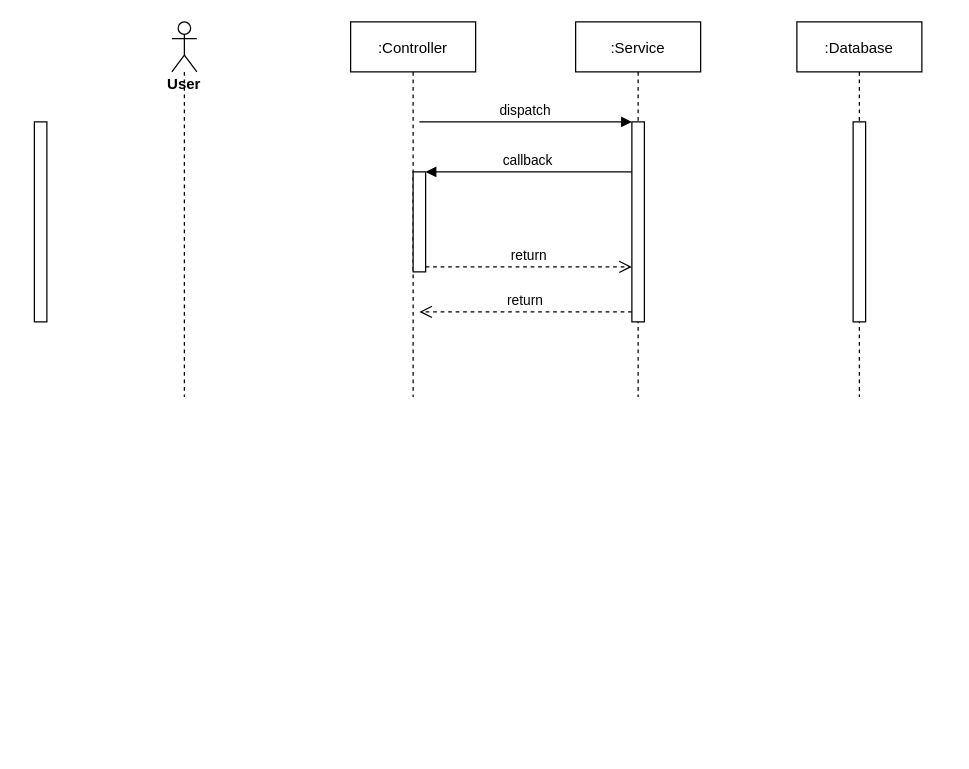
The draw.io diagram page "Sequence_Login" (1 of 3) of Login_SequenceDiagram.drawio in tue0305/DesignPatternDemo, before the edit. Source tidied: cells renumbered, new cells numbered last; positions are measured from the earlier drawing's top-left corner, leaving out a move shared by most shapes. Both pictures are drawn from the tidied source at 125%, with x=0, y=0 at pixel (34, 21).
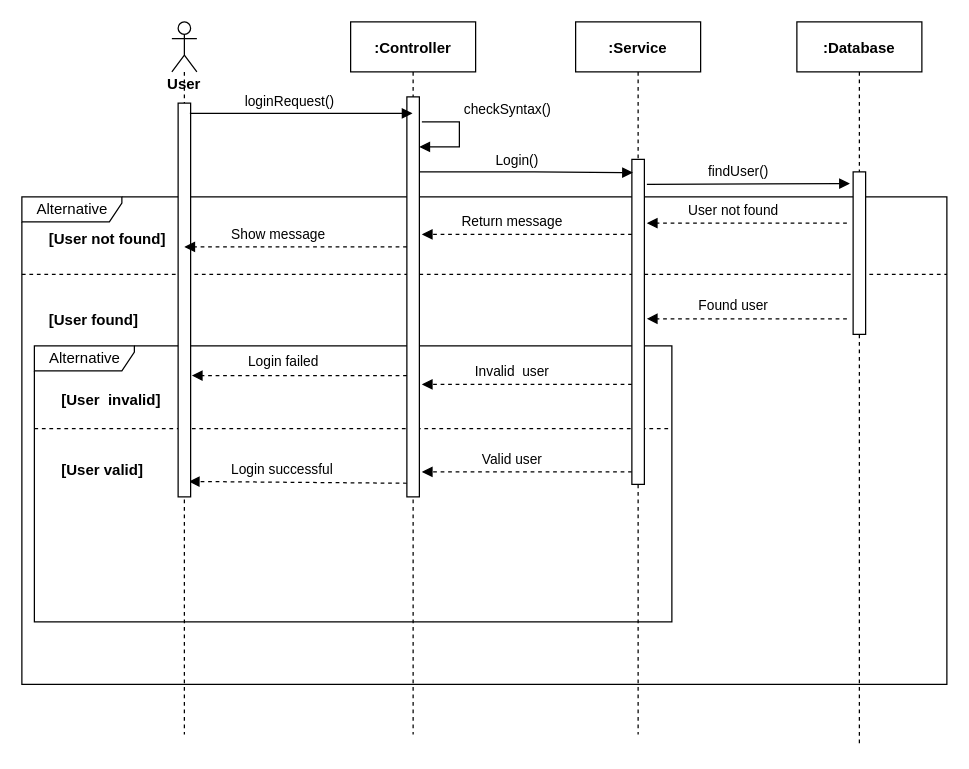
The same page after the edit.

The edit, as a diff of the source:
```diff
@@
+    <mxCell id="14" value="Alternative" style="shape=umlFrame;tabWidth=110;tabHeight=30;tabPosition=left;html=1;boundedLbl=1;labelInHeader=1;width=80;height=20;fontStyle=0;" parent="1" vertex="1">
+      <mxGeometry x="-10" y="140" width="740" height="390" as="geometry" />
+    </mxCell>
+    <mxCell id="15" value="Alternative" style="shape=umlFrame;tabWidth=110;tabHeight=30;tabPosition=left;html=1;boundedLbl=1;labelInHeader=1;width=80;height=20;fontStyle=0;" parent="14" vertex="1">
+      <mxGeometry x="10" y="119.2" width="510" height="220.8" as="geometry" />
+    </mxCell>
+    <mxCell id="16" value="[User  invalid]" style="text;fontStyle=1;" parent="15" vertex="1">
+      <mxGeometry width="100" height="20" relative="1" as="geometry">
+        <mxPoint x="20" y="30" as="offset" />
+      </mxGeometry>
+    </mxCell>
+    <mxCell id="17" value="[User valid]" style="line;strokeWidth=1;dashed=1;labelPosition=center;verticalLabelPosition=bottom;align=left;verticalAlign=top;spacingLeft=20;spacingTop=15;fontStyle=1;" parent="15" vertex="1">
+      <mxGeometry y="61.8" width="510" height="8.8" as="geometry" />
+    </mxCell>
+    <mxCell id="18" style="html=1;verticalAlign=bottom;labelBackgroundColor=none;endArrow=block;endFill=1;dashed=1;rounded=0;" parent="15" edge="1">
+      <mxGeometry relative="1" as="geometry">
+        <mxPoint x="478" y="30.8" as="sourcePoint" />
+        <mxPoint x="310" y="30.8" as="targetPoint" />
+      </mxGeometry>
+    </mxCell>
+    <mxCell id="19" value="Invalid&amp;nbsp; user" style="edgeLabel;html=1;align=center;verticalAlign=middle;" parent="18" vertex="1">
+      <mxGeometry x="0.37" y="-1" relative="1" as="geometry">
+        <mxPoint x="18" y="-10" as="offset" />
+      </mxGeometry>
+    </mxCell>
+    <mxCell id="20" style="html=1;verticalAlign=bottom;labelBackgroundColor=none;endArrow=block;endFill=1;dashed=1;rounded=0;" parent="15" edge="1">
+      <mxGeometry relative="1" as="geometry">
+        <mxPoint x="478" y="100.8" as="sourcePoint" />
+        <mxPoint x="310" y="100.8" as="targetPoint" />
+      </mxGeometry>
+    </mxCell>
+    <mxCell id="21" value="Valid user" style="edgeLabel;html=1;align=center;verticalAlign=middle;" parent="20" vertex="1">
+      <mxGeometry x="0.37" y="-1" relative="1" as="geometry">
+        <mxPoint x="18" y="-10" as="offset" />
+      </mxGeometry>
+    </mxCell>
+    <mxCell id="22" style="html=1;verticalAlign=bottom;labelBackgroundColor=none;endArrow=block;endFill=1;dashed=1;rounded=0;entryX=0.68;entryY=0.645;entryDx=0;entryDy=0;entryPerimeter=0;" parent="15" edge="1" target="13">
+      <mxGeometry relative="1" as="geometry">
+        <mxPoint x="298" y="109.9" as="sourcePoint" />
+      </mxGeometry>
+    </mxCell>
+    <mxCell id="23" value="Login successful" style="edgeLabel;html=1;align=center;verticalAlign=middle;" parent="22" vertex="1">
+      <mxGeometry x="0.37" y="-1" relative="1" as="geometry">
+        <mxPoint x="18" y="-10" as="offset" />
+      </mxGeometry>
+    </mxCell>
+    <mxCell id="24" value="[User not found]" style="text;fontStyle=1;" parent="14" vertex="1">
+      <mxGeometry width="100" height="20" relative="1" as="geometry">
+        <mxPoint x="20" y="20" as="offset" />
+      </mxGeometry>
+    </mxCell>
+    <mxCell id="25" value="[User found]" style="line;strokeWidth=1;dashed=1;labelPosition=center;verticalLabelPosition=bottom;align=left;verticalAlign=top;spacingLeft=20;spacingTop=15;fontStyle=1;" parent="14" vertex="1">
+      <mxGeometry y="54.2" width="740" height="15.6" as="geometry" />
+    </mxCell>
+    <mxCell id="26" style="html=1;verticalAlign=bottom;labelBackgroundColor=none;endArrow=block;endFill=1;dashed=1;rounded=0;" parent="14" edge="1">
+      <mxGeometry relative="1" as="geometry">
+        <mxPoint x="660" y="97.5" as="sourcePoint" />
+        <mxPoint x="500" y="97.5" as="targetPoint" />
+      </mxGeometry>
+    </mxCell>
+    <mxCell id="27" value="Found user" style="edgeLabel;html=1;align=center;verticalAlign=middle;" parent="26" vertex="1">
+      <mxGeometry x="0.37" y="-1" relative="1" as="geometry">
+        <mxPoint x="18" y="-10" as="offset" />
+      </mxGeometry>
+    </mxCell>
-    <mxCell id="2" value=":Controller" style="shape=umlLifeline;perimeter=lifelinePerimeter;rounded=0;shadow=0;strokeWidth=1;" parent="1" vertex="1">
-      <mxGeometry x="253" width="100" height="300" as="geometry" />
+    <mxCell id="2" value=":Controller" style="shape=umlLifeline;perimeter=lifelinePerimeter;rounded=0;shadow=0;strokeWidth=1;fontStyle=1;" parent="1" vertex="1">
+      <mxGeometry x="253" width="100" height="570" as="geometry" />
     </mxCell>
     <mxCell id="3" style="points=[];perimeter=orthogonalPerimeter;rounded=0;shadow=0;strokeWidth=1;" parent="2" vertex="1">
-      <mxGeometry x="50" y="120" width="10" height="80" as="geometry" />
+      <mxGeometry x="45" y="60" width="10" height="320" as="geometry" />
     </mxCell>
+    <mxCell id="28" value="checkSyntax()" style="edgeStyle=orthogonalEdgeStyle;html=1;align=left;spacingLeft=2;endArrow=block;rounded=0;" parent="2" edge="1" target="3">
+      <mxGeometry x="-0.27" y="10" relative="1" as="geometry">
+        <mxPoint x="57" y="80" as="sourcePoint" />
+        <Array as="points">
+          <mxPoint x="57" y="80" />
+          <mxPoint x="87" y="80" />
+          <mxPoint x="87" y="100" />
+        </Array>
+        <mxPoint x="-10" y="-10" as="offset" />
+      </mxGeometry>
+    </mxCell>
-    <mxCell id="4" value=":Service" style="shape=umlLifeline;perimeter=lifelinePerimeter;rounded=0;shadow=0;strokeWidth=1;" parent="1" vertex="1">
-      <mxGeometry x="433" width="100" height="300" as="geometry" />
+    <mxCell id="4" value=":Service" style="shape=umlLifeline;perimeter=lifelinePerimeter;rounded=0;shadow=0;strokeWidth=1;fontStyle=1;" parent="1" vertex="1">
+      <mxGeometry x="433" width="100" height="570" as="geometry" />
     </mxCell>
     <mxCell id="5" style="points=[];perimeter=orthogonalPerimeter;rounded=0;shadow=0;strokeWidth=1;" parent="4" vertex="1">
-      <mxGeometry x="45" y="80" width="10" height="160" as="geometry" />
+      <mxGeometry x="45" y="110" width="10" height="260" as="geometry" />
     </mxCell>
-    <mxCell id="6" value="return" style="verticalAlign=bottom;endArrow=open;dashed=1;endSize=8;exitX=0;exitY=0.95;shadow=0;strokeWidth=1;" parent="1" edge="1" source="5">
-      <mxGeometry relative="1" as="geometry">
-        <mxPoint x="308" y="232" as="targetPoint" />
-      </mxGeometry>
-    </mxCell>
-    <mxCell id="7" value="dispatch" style="verticalAlign=bottom;endArrow=block;entryX=0;entryY=0;shadow=0;strokeWidth=1;" parent="1" edge="1" target="5">
-      <mxGeometry relative="1" as="geometry">
-        <mxPoint x="308" y="80" as="sourcePoint" />
-      </mxGeometry>
-    </mxCell>
-    <mxCell id="8" value="callback" style="verticalAlign=bottom;endArrow=block;entryX=1;entryY=0;shadow=0;strokeWidth=1;" parent="1" edge="1" source="5" target="3">
-      <mxGeometry relative="1" as="geometry" />
-    </mxCell>
-    <mxCell id="9" value="return" style="verticalAlign=bottom;endArrow=open;dashed=1;endSize=8;exitX=1;exitY=0.95;shadow=0;strokeWidth=1;" parent="1" edge="1" source="3" target="5">
-      <mxGeometry relative="1" as="geometry" />
-    </mxCell>
-    <mxCell id="10" value=":Database" style="shape=umlLifeline;perimeter=lifelinePerimeter;rounded=0;shadow=0;strokeWidth=1;" parent="1" vertex="1">
-      <mxGeometry x="610" width="100" height="300" as="geometry" />
+    <mxCell id="10" value=":Database" style="shape=umlLifeline;perimeter=lifelinePerimeter;rounded=0;shadow=0;strokeWidth=1;fontStyle=1;" parent="1" vertex="1">
+      <mxGeometry x="610" width="100" height="580" as="geometry" />
     </mxCell>
     <mxCell id="11" style="points=[];perimeter=orthogonalPerimeter;rounded=0;shadow=0;strokeWidth=1;" parent="10" vertex="1">
-      <mxGeometry x="45" y="80" width="10" height="160" as="geometry" />
+      <mxGeometry x="45" y="120" width="10" height="130" as="geometry" />
     </mxCell>
-    <mxCell id="12" style="perimeter=orthogonalPerimeter;rounded=0;shadow=0;strokeWidth=1;" parent="1" vertex="1">
-      <mxGeometry y="80" width="10" height="160" as="geometry" />
-    </mxCell>
     <mxCell id="13" value="&lt;b&gt;User&lt;/b&gt;" style="shape=umlLifeline;participant=umlActor;perimeter=lifelinePerimeter;whiteSpace=wrap;html=1;verticalAlign=top;spacingTop=36;outlineConnect=0;" parent="1" vertex="1">
-      <mxGeometry x="110" width="20" height="300" as="geometry" />
+      <mxGeometry x="110" width="20" height="570" as="geometry" />
     </mxCell>
+    <mxCell id="29" style="points=[];perimeter=orthogonalPerimeter;rounded=0;shadow=0;strokeWidth=1;" parent="13" vertex="1">
+      <mxGeometry x="5" y="65" width="10" height="315" as="geometry" />
+    </mxCell>
+    <mxCell id="30" style="html=1;verticalAlign=bottom;labelBackgroundColor=none;endArrow=block;endFill=1;rounded=0;exitX=0.94;exitY=0.026;exitDx=0;exitDy=0;exitPerimeter=0;" parent="1" edge="1" source="29" target="2">
+      <mxGeometry relative="1" as="geometry" />
+    </mxCell>
+    <mxCell id="31" value="loginRequest()" style="edgeLabel;html=1;align=center;verticalAlign=middle;" parent="30" vertex="1">
+      <mxGeometry x="-0.22" y="3" relative="1" as="geometry">
+        <mxPoint x="10" y="-7" as="offset" />
+      </mxGeometry>
+    </mxCell>
+    <mxCell id="32" style="html=1;verticalAlign=bottom;labelBackgroundColor=none;endArrow=block;endFill=1;rounded=0;entryX=0.08;entryY=0.254;entryDx=0;entryDy=0;entryPerimeter=0;" parent="1" edge="1">
+      <mxGeometry relative="1" as="geometry">
+        <mxPoint x="308" y="120" as="sourcePoint" />
+        <mxPoint x="478.8" y="120.6" as="targetPoint" />
+        <Array as="points">
+          <mxPoint x="400" y="120" />
+        </Array>
+      </mxGeometry>
+    </mxCell>
+    <mxCell id="33" value="Login()" style="edgeLabel;html=1;align=center;verticalAlign=middle;" parent="32" vertex="1">
+      <mxGeometry x="-0.22" y="3" relative="1" as="geometry">
+        <mxPoint x="10" y="-7" as="offset" />
+      </mxGeometry>
+    </mxCell>
+    <mxCell id="34" style="html=1;verticalAlign=bottom;labelBackgroundColor=none;endArrow=block;endFill=1;rounded=0;entryX=-0.26;entryY=0.072;entryDx=0;entryDy=0;entryPerimeter=0;" parent="1" edge="1" target="11">
+      <mxGeometry relative="1" as="geometry">
+        <mxPoint x="490" y="130" as="sourcePoint" />
+      </mxGeometry>
+    </mxCell>
+    <mxCell id="35" value="findUser()" style="edgeLabel;html=1;align=center;verticalAlign=middle;" parent="34" vertex="1">
+      <mxGeometry x="-0.22" y="3" relative="1" as="geometry">
+        <mxPoint x="10" y="-7" as="offset" />
+      </mxGeometry>
+    </mxCell>
+    <mxCell id="36" style="html=1;verticalAlign=bottom;labelBackgroundColor=none;endArrow=block;endFill=1;dashed=1;rounded=0;" parent="1" edge="1">
+      <mxGeometry relative="1" as="geometry">
+        <mxPoint x="650" y="161" as="sourcePoint" />
+        <mxPoint x="490" y="161" as="targetPoint" />
+      </mxGeometry>
+    </mxCell>
+    <mxCell id="37" value="User not found" style="edgeLabel;html=1;align=center;verticalAlign=middle;" parent="36" vertex="1">
+      <mxGeometry x="0.37" y="-1" relative="1" as="geometry">
+        <mxPoint x="18" y="-10" as="offset" />
+      </mxGeometry>
+    </mxCell>
+    <mxCell id="38" style="html=1;verticalAlign=bottom;labelBackgroundColor=none;endArrow=block;endFill=1;dashed=1;rounded=0;" parent="1" edge="1" source="5">
+      <mxGeometry relative="1" as="geometry">
+        <mxPoint x="310" y="170" as="targetPoint" />
+      </mxGeometry>
+    </mxCell>
+    <mxCell id="39" value="Return message" style="edgeLabel;html=1;align=center;verticalAlign=middle;" parent="38" vertex="1">
+      <mxGeometry x="0.37" y="-1" relative="1" as="geometry">
+        <mxPoint x="18" y="-10" as="offset" />
+      </mxGeometry>
+    </mxCell>
+    <mxCell id="40" style="html=1;verticalAlign=bottom;labelBackgroundColor=none;endArrow=block;endFill=1;dashed=1;rounded=0;" parent="1" edge="1" source="3">
+      <mxGeometry relative="1" as="geometry">
+        <mxPoint x="120" y="180" as="targetPoint" />
+        <Array as="points">
+          <mxPoint x="220" y="180" />
+        </Array>
+      </mxGeometry>
+    </mxCell>
+    <mxCell id="41" value="Show message" style="edgeLabel;html=1;align=center;verticalAlign=middle;" parent="40" vertex="1">
+      <mxGeometry x="0.37" y="-1" relative="1" as="geometry">
+        <mxPoint x="18" y="-10" as="offset" />
+      </mxGeometry>
+    </mxCell>
+    <mxCell id="42" style="html=1;verticalAlign=bottom;labelBackgroundColor=none;endArrow=block;endFill=1;dashed=1;rounded=0;entryX=1.1;entryY=0.692;entryDx=0;entryDy=0;entryPerimeter=0;" parent="1" edge="1" source="3" target="29">
+      <mxGeometry relative="1" as="geometry" />
+    </mxCell>
+    <mxCell id="43" value="Login failed" style="edgeLabel;html=1;align=center;verticalAlign=middle;" parent="42" vertex="1">
+      <mxGeometry x="0.37" y="-1" relative="1" as="geometry">
+        <mxPoint x="18" y="-10" as="offset" />
+      </mxGeometry>
+    </mxCell>
```
